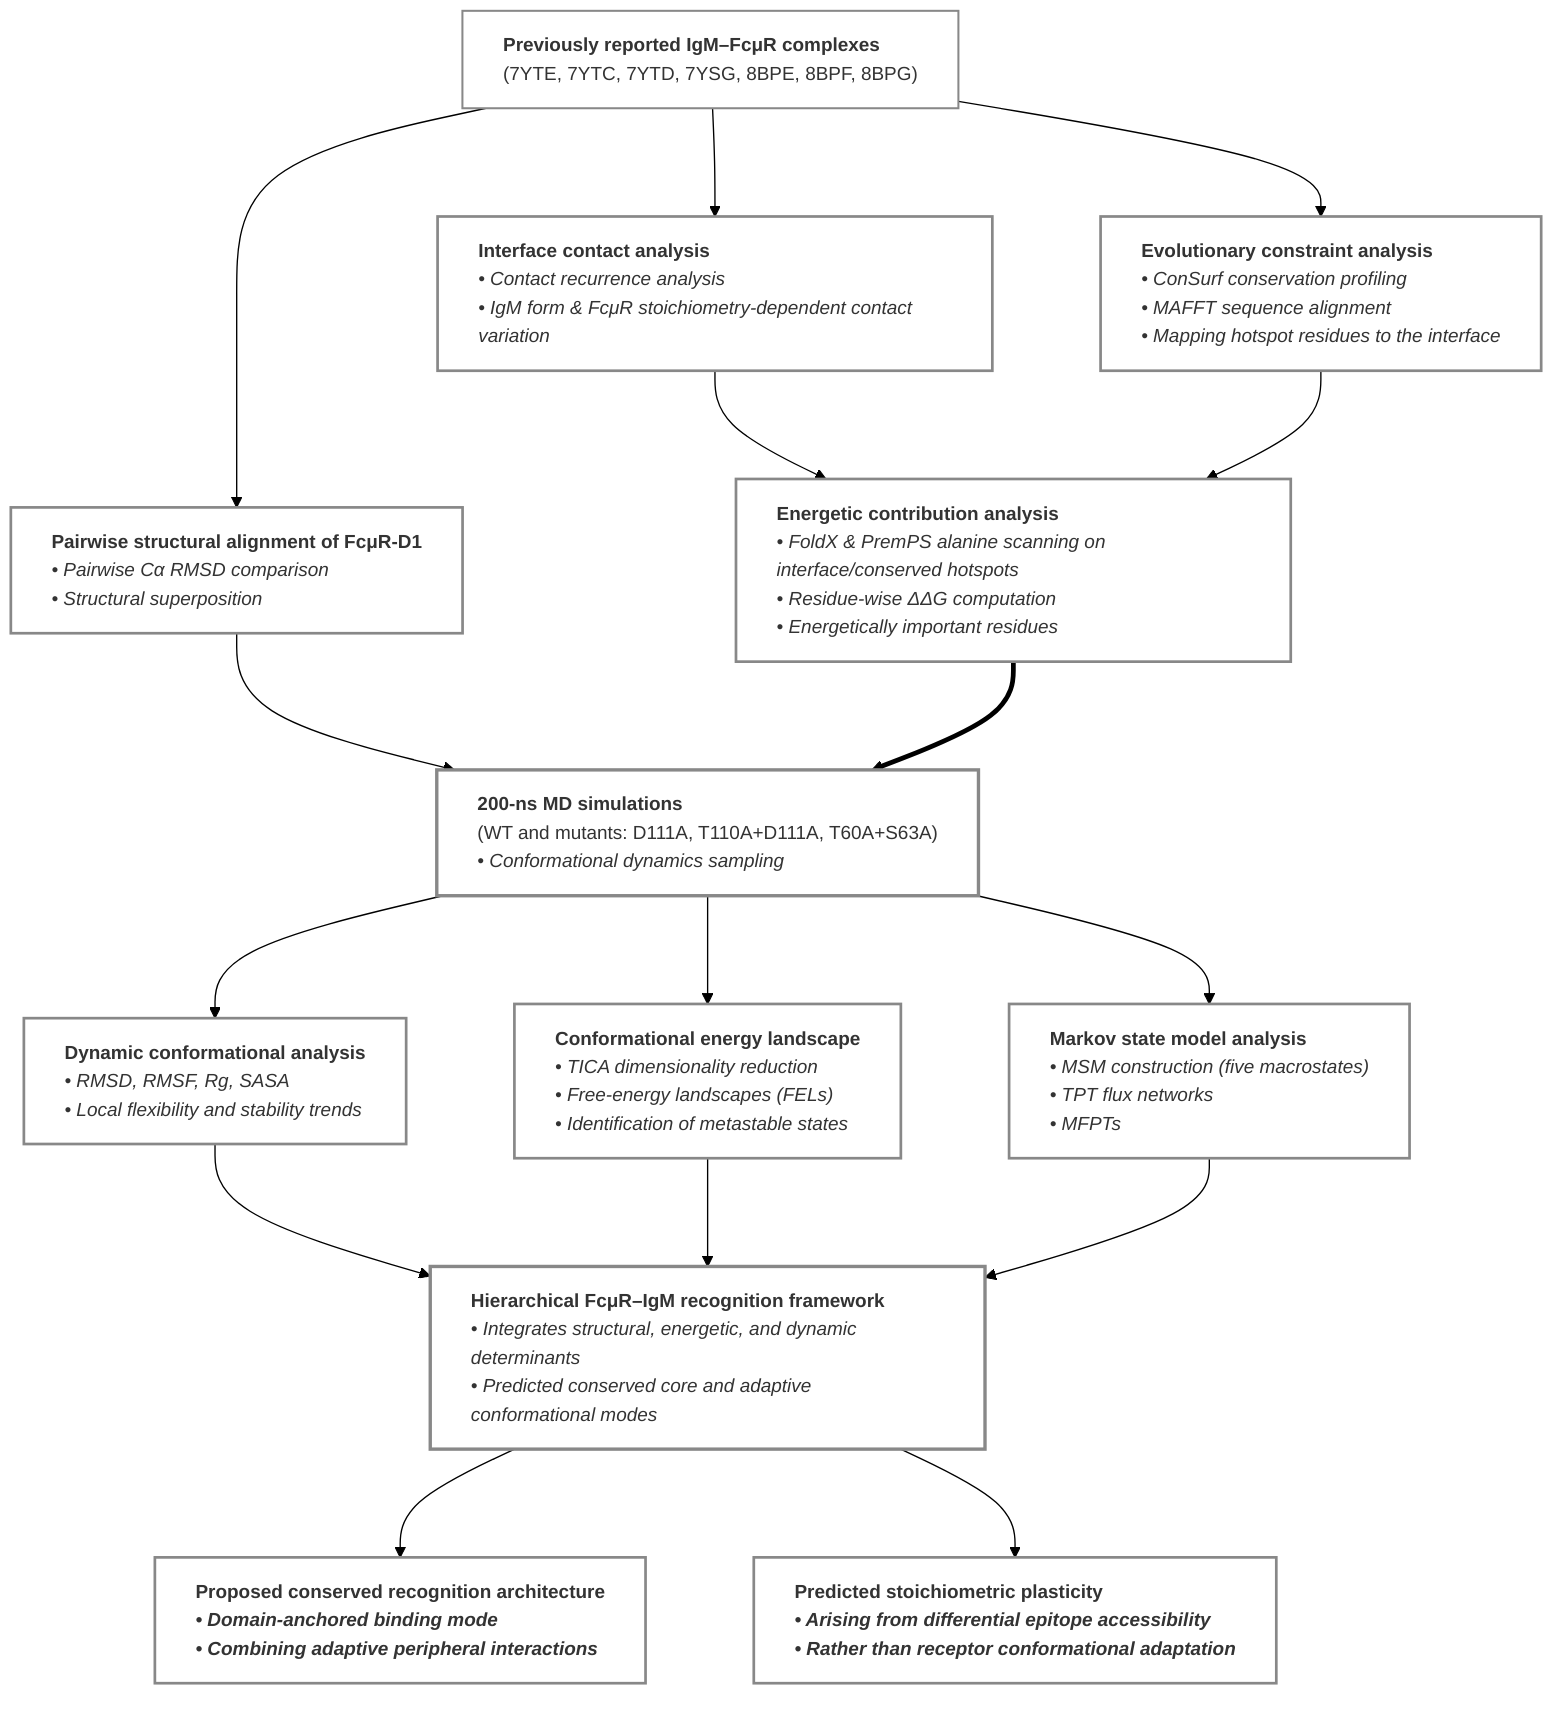
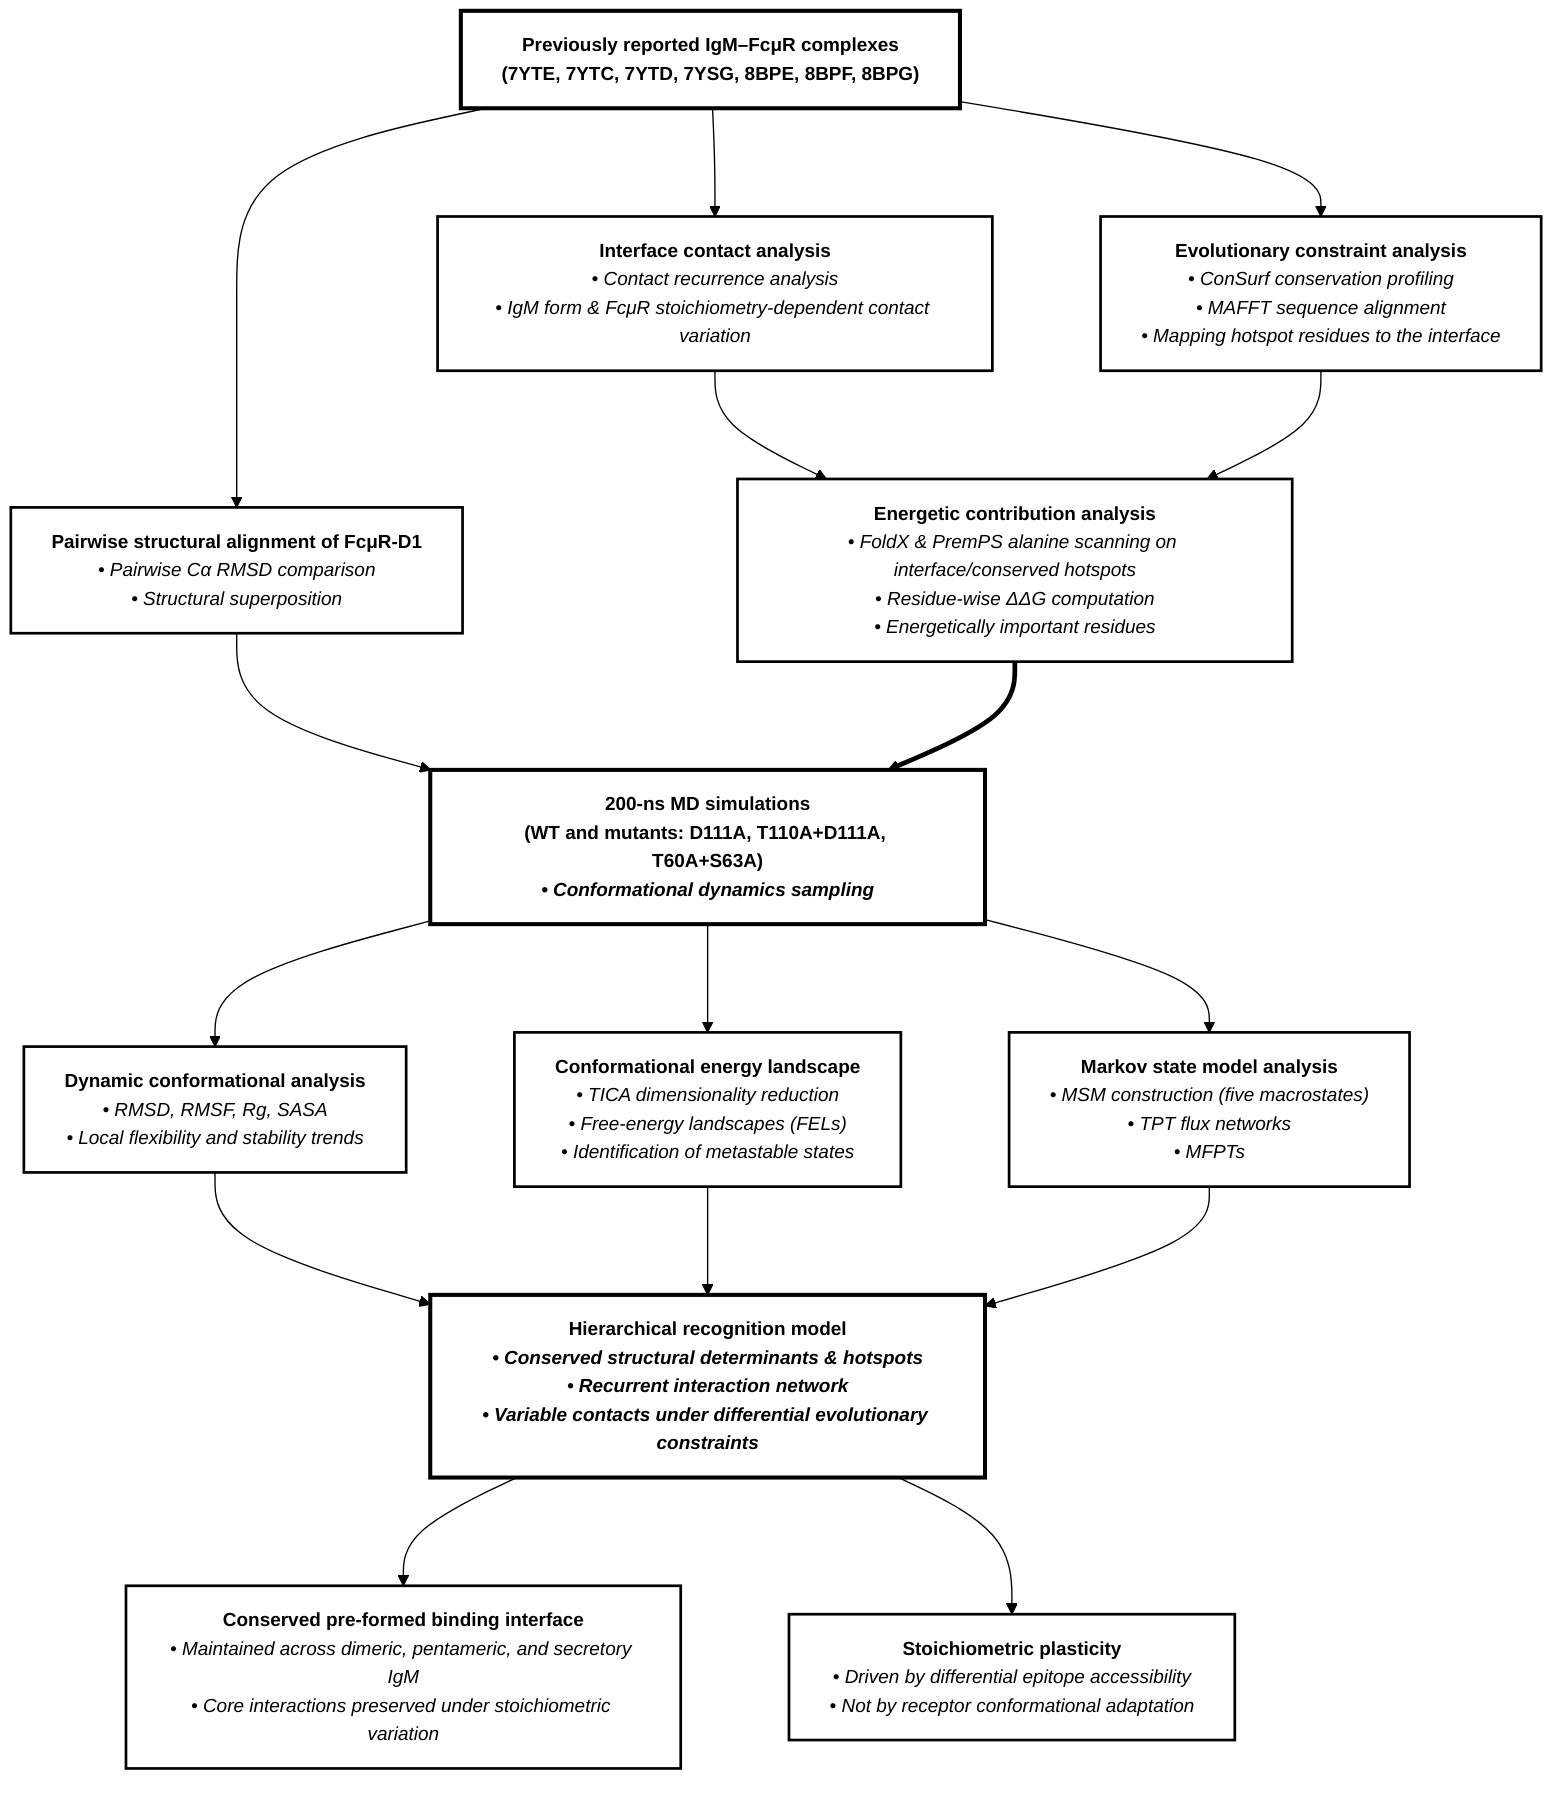
%%{init: {'theme':'base', 'themeVariables': {'background':'#ffffff', 'fontFamily':'Arial', 'fontSize':'14px'}, 'flowchart': {'nodeSpacing': 80, 'rankSpacing': 80, 'curve': 'basis', 'wrappingWidth': 350}}}%%
flowchart TD
    INPUT["<b>Previously reported IgM–FcμR complexes</b><br/>(7YTE, 7YTC, 7YTD, 7YSG, 8BPE, 8BPF, 8BPG)"]

    INPUT --> RMSD["<b>Pairwise structural alignment of FcμR‑D1</b><br/><i>• Pairwise Cα RMSD comparison</i><br/><i>• Structural superposition</i>"]
    INPUT --> CONTACT["<b>Interface contact analysis</b><br/><i>• Contact recurrence analysis</i><br/><i>• IgM form & FcμR stoichiometry‑dependent contact variation</i>"]
    INPUT --> CONSURF["<b>Evolutionary constraint analysis</b><br/><i>• ConSurf conservation profiling</i><br/><i>• MAFFT sequence alignment</i><br/><i>• Mapping hotspot residues to the interface</i>"]

    CONTACT --> ENERGY["<b>Energetic contribution analysis</b><br/><i>• FoldX & PremPS alanine scanning on interface/conserved hotspots</i><br/><i>• Residue‑wise ΔΔG computation</i><br/><i>• Energetically important residues</i>"]
    CONSURF --> ENERGY

    RMSD --> MD["<b>200‑ns MD simulations</b><br/>(WT and mutants: D111A, T110A+D111A, T60A+S63A)<br/><i>• Conformational dynamics sampling</i>"]
    ENERGY ==> MD

    MD --> STAB["<b>Dynamic conformational analysis</b><br/><i>• RMSD, RMSF, Rg, SASA</i><br/><i>• Local flexibility and stability trends</i>"]
    MD --> LAND["<b>Conformational energy landscape</b><br/><i>• TICA dimensionality reduction</i><br/><i>• Free‑energy landscapes (FELs)</i><br/><i>• Identification of metastable states</i>"]
    MD --> MSM["<b>Markov state model analysis</b><br/><i>• MSM construction (five macrostates)</i><br/><i>• TPT flux networks</i><br/><i>• MFPTs</i>"]

-     STAB --> MODEL["<b>Hierarchical FcμR–IgM recognition framework</b><br/><i>• Integrates structural, energetic, and dynamic determinants</i><br/><i>• Predicted conserved core and adaptive conformational modes</i>"]
+     STAB --> MODEL["<b>Hierarchical recognition model</b><br/><i>• Conserved structural determinants & hotspots</i><br/><i>• Recurrent interaction network</i><br/><i>• Variable contacts under differential evolutionary constraints</i>"]
    LAND --> MODEL
    MSM --> MODEL

-     MODEL --> OUT1["<b>Proposed conserved recognition architecture</b><br/><i>• Domain‑anchored binding mode</i><br/><i>• Combining adaptive peripheral interactions</i>"]
-     MODEL --> OUT2["<b>Predicted stoichiometric plasticity</b><br/><i>• Arising from differential epitope accessibility</i><br/><i>• Rather than receptor conformational adaptation</i>"]
+     MODEL --> OUT1["<b>Conserved pre‑formed binding interface</b><br/><i>• Maintained across dimeric, pentameric, and secretory IgM</i><br/><i>• Core interactions preserved under stoichiometric variation</i>"]
+     MODEL --> OUT2["<b>Stoichiometric plasticity</b><br/><i>• Driven by differential epitope accessibility</i><br/><i>• Not by receptor conformational adaptation</i>"]

-     classDef inputStyle fill:#ffffff,stroke:#888888,stroke-width:1.5px,text-align:left
-     classDef structural fill:#ffffff,stroke:#888888,stroke-width:2px,text-align:left
-     classDef evolutionary fill:#ffffff,stroke:#888888,stroke-width:2px,text-align:left
-     classDef energetic fill:#ffffff,stroke:#888888,stroke-width:2px,text-align:left
-     classDef md fill:#ffffff,stroke:#888888,stroke-width:2.5px,text-align:left
-     classDef analysis fill:#ffffff,stroke:#888888,stroke-width:2px,text-align:left
-     classDef model fill:#ffffff,stroke:#888888,stroke-width:2.5px,text-align:left
-     classDef output fill:#ffffff,stroke:#888888,stroke-width:2px,font-weight:bold,text-align:left
- 
-     class INPUT inputStyle
-     class RMSD,CONTACT structural
-     class CONSURF evolutionary
-     class ENERGY energetic
-     class MD md
-     class STAB,LAND,MSM analysis
-     class MODEL model
-     class OUT1,OUT2 output+     classDef default fill:#ffffff,stroke:#000000,stroke-width:2px,color:#000000
+     classDef heavy fill:#ffffff,stroke:#000000,stroke-width:3px,color:#000000,font-weight:bold
+     class INPUT,MD,MODEL heavy